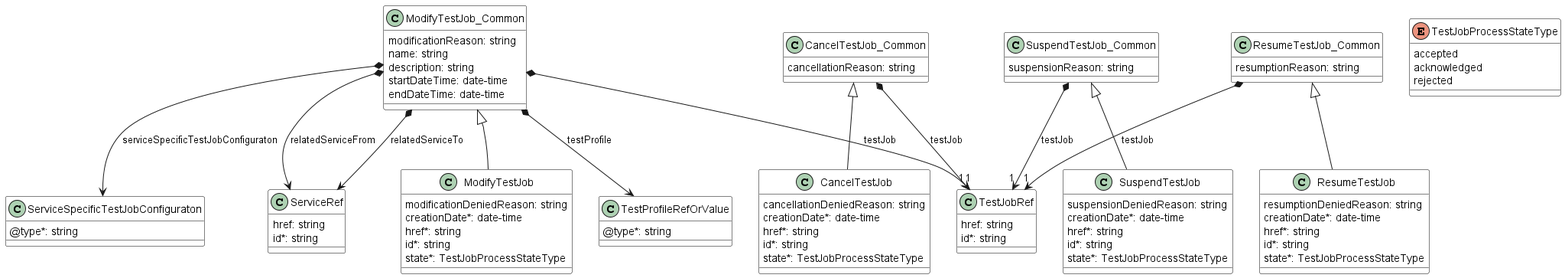
This is documentation/serviceApi/sft/serviceTest/media/testJobProcessDataModel.png from MEF-GIT/MEF-LSO-Legato-SDK, a PlantUML export, as it was before one commit. Source of this version:
```plantuml
@startuml testJobProcessDataModel
skinparam {
    ClassBackgroundColor White
    ClassBorderColor Black
    scale 4096 width
}

class CancelTestJob {

    cancellationDeniedReason: string
    creationDate*: date-time
    href*: string
    id*: string
    state*: TestJobProcessStateType
}
CancelTestJob_Common <|-- CancelTestJob



class CancelTestJob_Common {

    cancellationReason: string
}

CancelTestJob_Common *-->"1" TestJobRef : testJob


class ModifyTestJob {

    modificationDeniedReason: string
    creationDate*: date-time
    href*: string
    id*: string
    state*: TestJobProcessStateType
}
ModifyTestJob_Common <|-- ModifyTestJob



class ModifyTestJob_Common {

    modificationReason: string
    name: string
    description: string
    startDateTime: date-time
    endDateTime: date-time
}

ModifyTestJob_Common *-->"1" TestJobRef : testJob
ModifyTestJob_Common *--> TestProfileRefOrValue : testProfile
ModifyTestJob_Common *--> ServiceRef : relatedServiceFrom
ModifyTestJob_Common *--> ServiceRef : relatedServiceTo
ModifyTestJob_Common *--> ServiceSpecificTestJobConfiguraton : serviceSpecificTestJobConfiguraton


class ResumeTestJob {

    resumptionDeniedReason: string
    creationDate*: date-time
    href*: string
    id*: string
    state*: TestJobProcessStateType
}
ResumeTestJob_Common <|-- ResumeTestJob



class ResumeTestJob_Common {

    resumptionReason: string
}

ResumeTestJob_Common *-->"1" TestJobRef : testJob



class SuspendTestJob {

    suspensionDeniedReason: string
    creationDate*: date-time
    href*: string
    id*: string
    state*: TestJobProcessStateType
}
SuspendTestJob_Common <|-- SuspendTestJob



class SuspendTestJob_Common {

    suspensionReason: string
}

SuspendTestJob_Common *-->"1" TestJobRef : testJob

class ServiceRef {

    href: string
    id*: string
}

class TestJobRef {

    href: string
    id*: string
}

enum TestJobProcessStateType {

    accepted
    acknowledged
    rejected
}

class TestProfileRefOrValue {

    @type*: string
}

class ServiceSpecificTestJobConfiguraton {

    @type*: string
}

@enduml
```
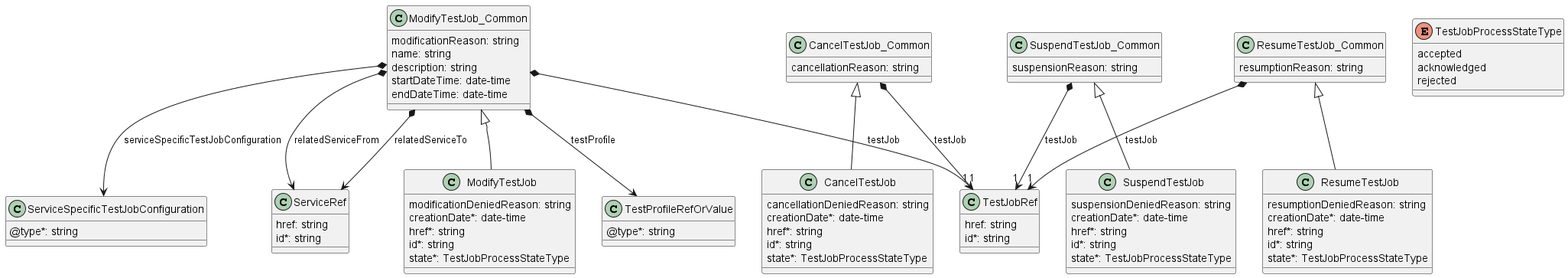
Above is the later version.

Change to the diagram source:
```diff
@@ -1,7 +1,5 @@
 @startuml testJobProcessDataModel
 skinparam {
-    ClassBackgroundColor White
-    ClassBorderColor Black
     scale 4096 width
 }
 
@@ -50,7 +48,7 @@
 ModifyTestJob_Common *--> TestProfileRefOrValue : testProfile
 ModifyTestJob_Common *--> ServiceRef : relatedServiceFrom
 ModifyTestJob_Common *--> ServiceRef : relatedServiceTo
-ModifyTestJob_Common *--> ServiceSpecificTestJobConfiguraton : serviceSpecificTestJobConfiguraton
+ModifyTestJob_Common *--> ServiceSpecificTestJobConfiguration : serviceSpecificTestJobConfiguration
 
 
 class ResumeTestJob {
@@ -117,7 +115,7 @@
     @type*: string
 }
 
-class ServiceSpecificTestJobConfiguraton {
+class ServiceSpecificTestJobConfiguration {
 
     @type*: string
 }
```
